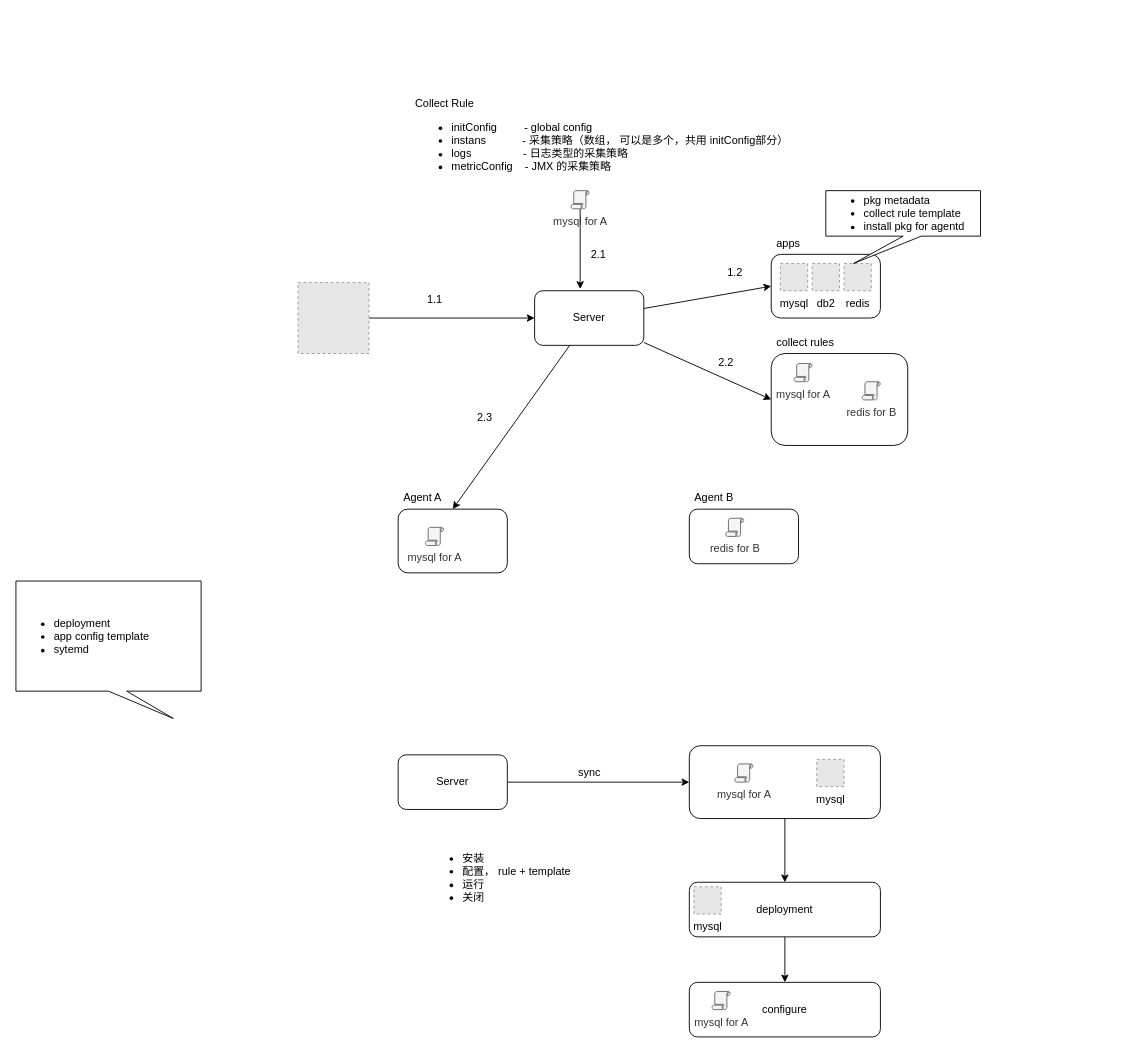
Above: page "app store" (1 of 5) of n9e.drawio in yubo/draw (draw.io), before the change. Source tidied: cells renumbered, new cells numbered last; positions are measured from the earlier drawing's top-left corner, leaving out a move shared by most shapes. Both pictures are drawn from the tidied source at 91%, with x=0, y=0 at pixel (15, 90). Pictures stored in the file or linked from it are replaced by grey dashed boxes.
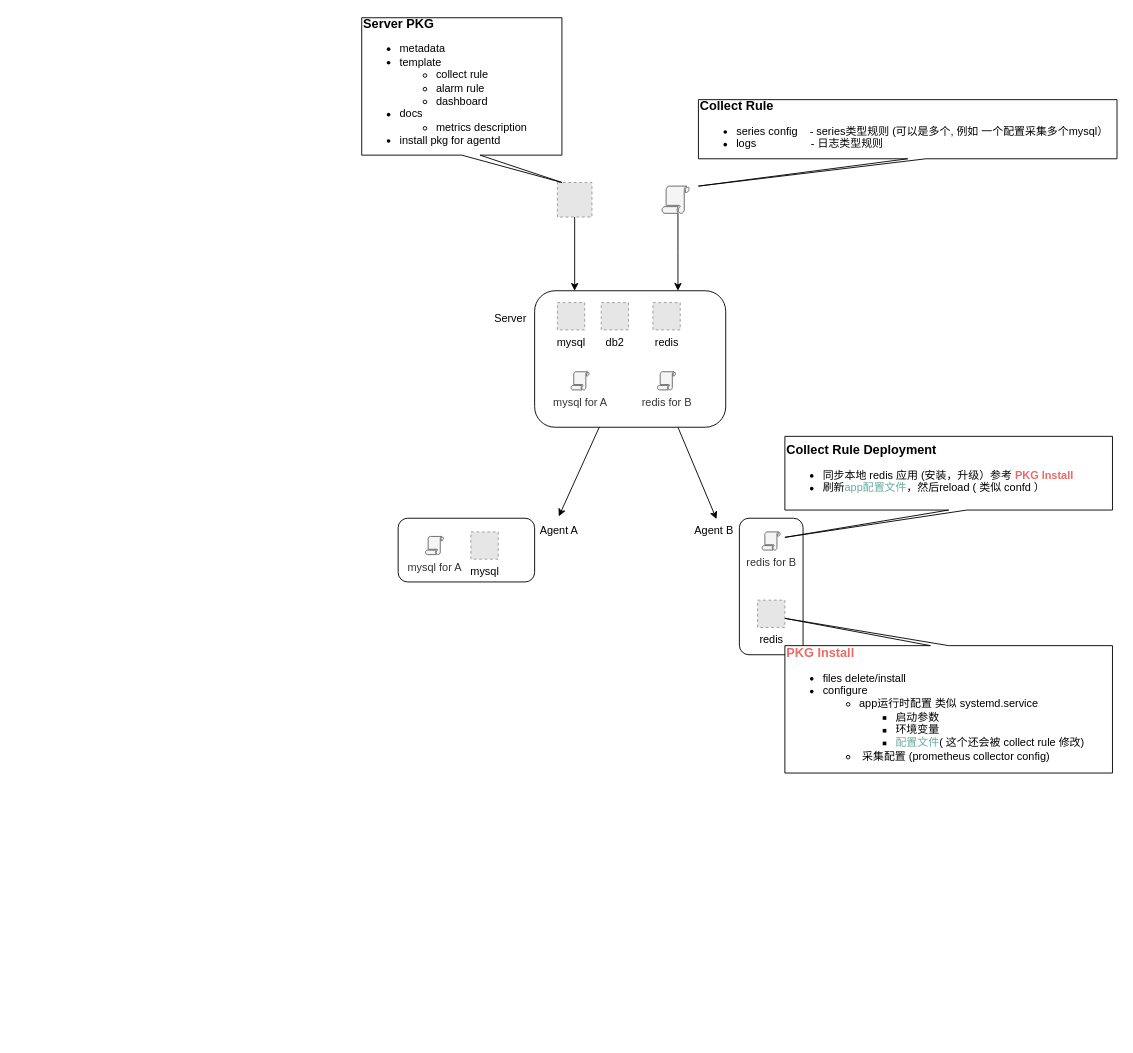
The same page after the edit.

Diff of the diagram source:
```diff
@@
-    <mxCell id="2" style="rounded=0;jettySize=auto;html=1;entryX=0;entryY=0.5;entryDx=0;entryDy=0;" parent="1" edge="1" source="4" target="10">
-      <mxGeometry relative="1" as="geometry" />
-    </mxCell>
-    <mxCell id="3" style="rounded=0;jettySize=auto;html=1;entryX=0;entryY=0.5;entryDx=0;entryDy=0;" parent="1" edge="1" source="4" target="15">
-      <mxGeometry relative="1" as="geometry" />
-    </mxCell>
+    <mxCell id="46" style="edgeStyle=none;rounded=0;jettySize=auto;html=1;exitX=0.75;exitY=1;exitDx=0;exitDy=0;entryX=0.543;entryY=0.038;entryDx=0;entryDy=0;entryPerimeter=0;" parent="1" edge="1" source="4" target="23">
+      <mxGeometry relative="1" as="geometry" />
+    </mxCell>
-    <mxCell id="4" value="Server" style="rounded=1;whiteSpace=wrap;html=1;" parent="1" vertex="1">
-      <mxGeometry x="570" y="220" width="120" height="60" as="geometry" />
+    <mxCell id="4" style="rounded=1;whiteSpace=wrap;html=1;" parent="1" vertex="1">
+      <mxGeometry x="570" y="220" width="210" height="150" as="geometry" />
     </mxCell>
     <mxCell id="5" style="rounded=1;whiteSpace=wrap;html=1;" parent="1" vertex="1">
-      <mxGeometry x="420" y="460" width="120" height="70" as="geometry" />
+      <mxGeometry x="420" y="470" width="150" height="70" as="geometry" />
     </mxCell>
     <mxCell id="6" style="rounded=1;whiteSpace=wrap;html=1;" parent="1" vertex="1">
-      <mxGeometry x="740" y="460" width="120" height="60" as="geometry" />
+      <mxGeometry x="795" y="470" width="70" height="150" as="geometry" />
     </mxCell>
-    <mxCell id="7" style="edgeStyle=orthogonalEdgeStyle;rounded=0;jettySize=auto;html=1;entryX=0;entryY=0.5;entryDx=0;entryDy=0;" parent="1" edge="1" source="8" target="4">
-      <mxGeometry relative="1" as="geometry" />
+    <mxCell id="7" style="edgeStyle=orthogonalEdgeStyle;rounded=0;jettySize=auto;html=1;" parent="1" edge="1" source="8">
+      <mxGeometry relative="1" as="geometry">
+        <mxPoint x="614" y="220" as="targetPoint" />
+        <Array as="points">
+          <mxPoint x="614" y="220" />
+        </Array>
+      </mxGeometry>
     </mxCell>
     <mxCell id="8" style="fillColor=#E6E6E6;strokeColor=#999999;dashed=1;html=1;verticalAlign=top;verticalLabelPosition=bottom;labelBackgroundColor=#ffffff;" parent="1" vertex="1">
-      <mxGeometry x="310" y="211" width="78" height="78" as="geometry" />
+      <mxGeometry x="595" y="101" width="38" height="38" as="geometry" />
     </mxCell>
-    <mxCell id="9" value="Collect Rule&lt;br&gt;&lt;ul&gt;&lt;li&gt;&lt;span&gt;initConfig&amp;nbsp; &amp;nbsp; &amp;nbsp; &amp;nbsp; &amp;nbsp;- global config&lt;/span&gt;&lt;/li&gt;&lt;li&gt;instans&amp;nbsp; &amp;nbsp; &amp;nbsp; &amp;nbsp; &amp;nbsp; &amp;nbsp; - 采集策略（数组， 可以是多个，共用 initConfig部分）&lt;/li&gt;&lt;li&gt;logs&amp;nbsp; &amp;nbsp; &amp;nbsp; &amp;nbsp; &amp;nbsp; &amp;nbsp; &amp;nbsp; &amp;nbsp; &amp;nbsp;- 日志类型的采集策略&lt;/li&gt;&lt;li&gt;metricConfig&amp;nbsp; &amp;nbsp; - JMX 的采集策略&lt;/li&gt;&lt;/ul&gt;" style="text;html=1;strokeColor=none;fillColor=none;align=left;verticalAlign=middle;whiteSpace=wrap;rounded=0;" parent="1" vertex="1">
-      <mxGeometry x="436.5" width="443.5" height="110" as="geometry" />
-    </mxCell>
-    <mxCell id="10" style="rounded=1;whiteSpace=wrap;html=1;" parent="1" vertex="1">
-      <mxGeometry x="830" y="180" width="120" height="70" as="geometry" />
-    </mxCell>
     <mxCell id="11" value="mysql" style="fillColor=#E6E6E6;strokeColor=#999999;dashed=1;html=1;verticalAlign=top;verticalLabelPosition=bottom;labelBackgroundColor=#ffffff;" parent="1" vertex="1">
-      <mxGeometry x="840" y="190" width="30" height="30" as="geometry" />
+      <mxGeometry x="595" y="233" width="30" height="30" as="geometry" />
     </mxCell>
     <mxCell id="12" value="db2" style="fillColor=#E6E6E6;strokeColor=#999999;dashed=1;html=1;verticalAlign=top;verticalLabelPosition=bottom;labelBackgroundColor=#ffffff;" parent="1" vertex="1">
-      <mxGeometry x="875" y="190" width="30" height="30" as="geometry" />
+      <mxGeometry x="643.2" y="233" width="30" height="30" as="geometry" />
     </mxCell>
     <mxCell id="13" value="redis" style="fillColor=#E6E6E6;strokeColor=#999999;dashed=1;html=1;verticalAlign=top;verticalLabelPosition=bottom;labelBackgroundColor=#ffffff;" parent="1" vertex="1">
-      <mxGeometry x="910" y="190" width="30" height="30" as="geometry" />
+      <mxGeometry x="700" y="233" width="30" height="30" as="geometry" />
     </mxCell>
-    <mxCell id="14" value="&lt;ul&gt;&lt;li&gt;pkg metadata&lt;/li&gt;&lt;li&gt;collect rule template&lt;/li&gt;&lt;li&gt;install pkg for agentd&lt;/li&gt;&lt;/ul&gt;" style="shape=callout;whiteSpace=wrap;html=1;perimeter=calloutPerimeter;position2=0.18;align=left;" parent="1" vertex="1">
-      <mxGeometry x="890" y="110" width="170" height="80" as="geometry" />
+    <mxCell id="14" value="&lt;div&gt;&lt;b&gt;&lt;font style=&quot;font-size: 14px&quot;&gt;Server PKG&lt;/font&gt;&lt;/b&gt;&lt;/div&gt;&lt;ul&gt;&lt;li&gt;metadata&lt;/li&gt;&lt;li&gt;template&lt;/li&gt;&lt;ul&gt;&lt;li&gt;collect rule&lt;/li&gt;&lt;li&gt;alarm rule&lt;/li&gt;&lt;li&gt;dashboard&lt;/li&gt;&lt;/ul&gt;&lt;li&gt;docs&lt;/li&gt;&lt;ul&gt;&lt;li&gt;metrics description&lt;/li&gt;&lt;/ul&gt;&lt;li&gt;install pkg for agentd&lt;/li&gt;&lt;/ul&gt;" style="shape=callout;whiteSpace=wrap;html=1;perimeter=calloutPerimeter;position2=1;align=left;" parent="1" vertex="1">
+      <mxGeometry x="380" y="-80" width="220" height="181" as="geometry" />
     </mxCell>
-    <mxCell id="15" style="rounded=1;whiteSpace=wrap;html=1;" parent="1" vertex="1">
-      <mxGeometry x="830" y="289" width="150" height="101" as="geometry" />
-    </mxCell>
-    <mxCell id="16" value="collect rules" style="text;strokeColor=none;fillColor=none;align=left;verticalAlign=top;spacingLeft=4;spacingRight=4;overflow=hidden;" parent="1" vertex="1">
-      <mxGeometry x="830" y="263" width="80" height="26" as="geometry" />
-    </mxCell>
-    <mxCell id="17" value="apps" style="text;strokeColor=none;fillColor=none;align=left;verticalAlign=top;spacingLeft=4;spacingRight=4;overflow=hidden;" parent="1" vertex="1">
-      <mxGeometry x="830" y="154" width="80" height="26" as="geometry" />
-    </mxCell>
     <mxCell id="18" value="mysql for A" style="shadow=0;dashed=0;html=1;strokeColor=#666666;fillColor=#f5f5f5;labelPosition=center;verticalLabelPosition=bottom;verticalAlign=top;align=center;shape=mxgraph.office.security.policy;fontColor=#333333;" parent="1" vertex="1">
-      <mxGeometry x="855" y="300" width="20" height="20" as="geometry" />
+      <mxGeometry x="610" y="309" width="20" height="20" as="geometry" />
     </mxCell>
     <mxCell id="19" value="mysql for A" style="shadow=0;dashed=0;html=1;strokeColor=#666666;fillColor=#f5f5f5;labelPosition=center;verticalLabelPosition=bottom;verticalAlign=top;align=center;shape=mxgraph.office.security.policy;fontColor=#333333;" parent="1" vertex="1">
-      <mxGeometry x="450" y="480" width="20" height="20" as="geometry" />
+      <mxGeometry x="450" y="490" width="20" height="20" as="geometry" />
     </mxCell>
     <mxCell id="20" value="Agent A" style="text;strokeColor=none;fillColor=none;align=left;verticalAlign=top;spacingLeft=4;spacingRight=4;overflow=hidden;points=[[0,0.5],[1,0.5]];portConstraint=eastwest;" parent="1" vertex="1">
-      <mxGeometry x="420" y="434" width="80" height="26" as="geometry" />
+      <mxGeometry x="570" y="470" width="60" height="26" as="geometry" />
     </mxCell>
-    <mxCell id="21" value="&lt;ul&gt;&lt;li&gt;deployment&lt;/li&gt;&lt;li&gt;app config template&lt;/li&gt;&lt;li&gt;sytemd&lt;/li&gt;&lt;/ul&gt;" style="shape=callout;whiteSpace=wrap;html=1;perimeter=calloutPerimeter;position2=0.85;align=left;direction=east;" parent="1" vertex="1">
-      <mxGeometry y="539" width="203.5" height="151" as="geometry" />
-    </mxCell>
     <mxCell id="22" value="redis for B" style="shadow=0;dashed=0;html=1;strokeColor=#666666;fillColor=#f5f5f5;labelPosition=center;verticalLabelPosition=bottom;verticalAlign=top;align=center;shape=mxgraph.office.security.policy;fontColor=#333333;" parent="1" vertex="1">
-      <mxGeometry x="930" y="320" width="20" height="20" as="geometry" />
+      <mxGeometry x="705" y="309" width="20" height="20" as="geometry" />
     </mxCell>
     <mxCell id="23" value="Agent B" style="text;strokeColor=none;fillColor=none;align=left;verticalAlign=top;spacingLeft=4;spacingRight=4;overflow=hidden;points=[[0,0.5],[1,0.5]];portConstraint=eastwest;" parent="1" vertex="1">
-      <mxGeometry x="740" y="434" width="80" height="26" as="geometry" />
+      <mxGeometry x="740" y="470" width="55" height="26" as="geometry" />
     </mxCell>
     <mxCell id="24" value="redis for B" style="shadow=0;dashed=0;html=1;strokeColor=#666666;fillColor=#f5f5f5;labelPosition=center;verticalLabelPosition=bottom;verticalAlign=top;align=center;shape=mxgraph.office.security.policy;fontColor=#333333;" parent="1" vertex="1">
-      <mxGeometry x="780" y="470" width="20" height="20" as="geometry" />
+      <mxGeometry x="820" y="485" width="20" height="20" as="geometry" />
     </mxCell>
-    <mxCell id="25" value="1.1" style="text;html=1;align=center;verticalAlign=middle;strokeColor=none;" parent="1" vertex="1">
-      <mxGeometry x="445" y="220" width="30" height="20" as="geometry" />
-    </mxCell>
-    <mxCell id="26" value="1.2" style="text;html=1;align=center;verticalAlign=middle;strokeColor=none;" parent="1" vertex="1">
-      <mxGeometry x="775" y="190" width="30" height="20" as="geometry" />
-    </mxCell>
-    <mxCell id="27" style="edgeStyle=orthogonalEdgeStyle;rounded=0;jettySize=auto;html=1;entryX=0.417;entryY=-0.033;entryDx=0;entryDy=0;entryPerimeter=0;" parent="1" edge="1" source="28" target="4">
-      <mxGeometry relative="1" as="geometry" />
+    <mxCell id="27" style="edgeStyle=orthogonalEdgeStyle;rounded=0;jettySize=auto;html=1;entryX=0.75;entryY=0;entryDx=0;entryDy=0;" parent="1" edge="1" source="28" target="4">
+      <mxGeometry relative="1" as="geometry">
+        <Array as="points">
+          <mxPoint x="728" y="178" />
+        </Array>
+      </mxGeometry>
     </mxCell>
-    <mxCell id="28" value="mysql for A" style="shadow=0;dashed=0;html=1;strokeColor=#666666;fillColor=#f5f5f5;labelPosition=center;verticalLabelPosition=bottom;verticalAlign=top;outlineConnect=0;align=center;shape=mxgraph.office.security.policy;fontColor=#333333;" parent="1" vertex="1">
-      <mxGeometry x="610" y="110" width="20" height="20" as="geometry" />
+    <mxCell id="28" style="shadow=0;dashed=0;html=1;strokeColor=#666666;fillColor=#f5f5f5;labelPosition=center;verticalLabelPosition=bottom;verticalAlign=top;outlineConnect=0;align=center;shape=mxgraph.office.security.policy;fontColor=#333333;" parent="1" vertex="1">
+      <mxGeometry x="710" y="105" width="30" height="30" as="geometry" />
     </mxCell>
-    <mxCell id="29" value="2.1" style="text;html=1;align=center;verticalAlign=middle;strokeColor=none;" parent="1" vertex="1">
-      <mxGeometry x="625" y="170" width="30" height="20" as="geometry" />
-    </mxCell>
-    <mxCell id="30" value="2.2" style="text;html=1;align=center;verticalAlign=middle;strokeColor=none;" parent="1" vertex="1">
-      <mxGeometry x="765" y="289" width="30" height="20" as="geometry" />
-    </mxCell>
-    <mxCell id="31" value="2.3" style="text;html=1;align=center;verticalAlign=middle;strokeColor=none;" parent="1" vertex="1">
-      <mxGeometry x="500" y="350" width="30" height="20" as="geometry" />
-    </mxCell>
-    <mxCell id="32" style="rounded=0;jettySize=auto;html=1;" parent="1" edge="1" source="4">
-      <mxGeometry relative="1" as="geometry">
-        <mxPoint x="480" y="460" as="targetPoint" />
-      </mxGeometry>
+    <mxCell id="32" style="rounded=0;jettySize=auto;html=1;entryX=0.443;entryY=-0.077;entryDx=0;entryDy=0;entryPerimeter=0;" parent="1" edge="1" source="4" target="20">
+      <mxGeometry relative="1" as="geometry" />
     </mxCell>
-    <mxCell id="33" style="edgeStyle=none;rounded=0;jettySize=auto;html=1;entryX=0;entryY=0.5;entryDx=0;entryDy=0;" parent="1" edge="1" source="34" target="36">
-      <mxGeometry relative="1" as="geometry" />
-    </mxCell>
-    <mxCell id="34" value="Server" style="rounded=1;whiteSpace=wrap;html=1;" parent="1" vertex="1">
-      <mxGeometry x="420" y="730" width="120" height="60" as="geometry" />
+    <mxCell id="34" value="Server" style="text;strokeColor=none;fillColor=none;align=left;verticalAlign=top;spacingLeft=4;spacingRight=4;overflow=hidden;points=[[0,0.5],[1,0.5]];portConstraint=eastwest;" parent="1" vertex="1">
+      <mxGeometry x="520" y="237" width="50" height="26" as="geometry" />
     </mxCell>
-    <mxCell id="35" style="edgeStyle=none;rounded=0;jettySize=auto;html=1;entryX=0.5;entryY=0;entryDx=0;entryDy=0;" parent="1" edge="1" source="36" target="41">
-      <mxGeometry relative="1" as="geometry" />
-    </mxCell>
-    <mxCell id="36" style="rounded=1;whiteSpace=wrap;html=1;" parent="1" vertex="1">
-      <mxGeometry x="740" y="720" width="210" height="80" as="geometry" />
-    </mxCell>
-    <mxCell id="37" value="mysql for A" style="shadow=0;dashed=0;html=1;strokeColor=#666666;fillColor=#f5f5f5;labelPosition=center;verticalLabelPosition=bottom;verticalAlign=top;align=center;shape=mxgraph.office.security.policy;fontColor=#333333;" parent="1" vertex="1">
-      <mxGeometry x="790" y="740" width="20" height="20" as="geometry" />
-    </mxCell>
-    <mxCell id="38" value="mysql" style="fillColor=#E6E6E6;strokeColor=#999999;dashed=1;html=1;verticalAlign=top;verticalLabelPosition=bottom;labelBackgroundColor=#ffffff;" parent="1" vertex="1">
-      <mxGeometry x="880" y="735" width="30" height="30" as="geometry" />
-    </mxCell>
-    <mxCell id="39" value="sync" style="text;html=1;align=center;verticalAlign=middle;strokeColor=none;" parent="1" vertex="1">
-      <mxGeometry x="610" y="740" width="40" height="20" as="geometry" />
-    </mxCell>
-    <mxCell id="40" style="edgeStyle=none;rounded=0;jettySize=auto;html=1;entryX=0.5;entryY=0;entryDx=0;entryDy=0;" parent="1" edge="1" source="41" target="44">
-      <mxGeometry relative="1" as="geometry" />
-    </mxCell>
-    <mxCell id="41" value="deployment" style="rounded=1;whiteSpace=wrap;html=1;" parent="1" vertex="1">
-      <mxGeometry x="740" y="870" width="210" height="60" as="geometry" />
-    </mxCell>
-    <mxCell id="42" value="&lt;ul&gt;&lt;li style=&quot;text-align: left&quot;&gt;安装&lt;/li&gt;&lt;li style=&quot;text-align: left&quot;&gt;配置， rule + template&lt;/li&gt;&lt;li style=&quot;text-align: left&quot;&gt;运行&lt;/li&gt;&lt;li style=&quot;text-align: left&quot;&gt;关闭&lt;br&gt;&lt;/li&gt;&lt;/ul&gt;&lt;div style=&quot;text-align: left&quot;&gt;&lt;/div&gt;" style="text;html=1;align=center;verticalAlign=middle;strokeColor=none;" parent="1" vertex="1">
-      <mxGeometry x="445" y="820" width="170" height="90" as="geometry" />
-    </mxCell>
-    <mxCell id="43" value="mysql" style="fillColor=#E6E6E6;strokeColor=#999999;dashed=1;html=1;verticalAlign=top;verticalLabelPosition=bottom;labelBackgroundColor=#ffffff;" parent="1" vertex="1">
-      <mxGeometry x="745" y="875" width="30" height="30" as="geometry" />
-    </mxCell>
-    <mxCell id="44" value="configure" style="rounded=1;whiteSpace=wrap;html=1;" parent="1" vertex="1">
-      <mxGeometry x="740" y="980" width="210" height="60" as="geometry" />
-    </mxCell>
-    <mxCell id="45" value="mysql for A" style="shadow=0;dashed=0;html=1;strokeColor=#666666;fillColor=#f5f5f5;labelPosition=center;verticalLabelPosition=bottom;verticalAlign=top;align=center;shape=mxgraph.office.security.policy;fontColor=#333333;" parent="1" vertex="1">
-      <mxGeometry x="765" y="990" width="20" height="20" as="geometry" />
-    </mxCell>
+    <mxCell id="47" value="redis" style="fillColor=#E6E6E6;strokeColor=#999999;dashed=1;html=1;verticalAlign=top;verticalLabelPosition=bottom;labelBackgroundColor=#ffffff;" parent="1" vertex="1">
+      <mxGeometry x="815" y="560" width="30" height="30" as="geometry" />
+    </mxCell>
+    <mxCell id="48" value="mysql" style="fillColor=#E6E6E6;strokeColor=#999999;dashed=1;html=1;verticalAlign=top;verticalLabelPosition=bottom;labelBackgroundColor=#ffffff;" parent="1" vertex="1">
+      <mxGeometry x="500" y="485" width="30" height="30" as="geometry" />
+    </mxCell>
+    <mxCell id="49" value="&lt;div&gt;&lt;b&gt;&lt;font style=&quot;font-size: 14px&quot;&gt;Collect Rule Deployment&lt;/font&gt;&lt;/b&gt;&lt;/div&gt;&lt;ul&gt;&lt;li&gt;同步本地 redis 应用 (安装，升级）参考&amp;nbsp;&lt;b&gt;&lt;font color=&quot;#ea6b66&quot;&gt;PKG Install&lt;/font&gt;&lt;/b&gt;&lt;/li&gt;&lt;li&gt;刷新&lt;font color=&quot;#67ab9f&quot;&gt;app配置文件&lt;/font&gt;，然后reload ( 类似 confd ）&lt;/li&gt;&lt;/ul&gt;" style="shape=callout;whiteSpace=wrap;html=1;perimeter=calloutPerimeter;position2=0;align=left;direction=east;" parent="1" vertex="1">
+      <mxGeometry x="845" y="380" width="360" height="111" as="geometry" />
+    </mxCell>
+    <mxCell id="50" value="&lt;div&gt;&lt;b&gt;&lt;font style=&quot;font-size: 14px&quot; color=&quot;#ea6b66&quot;&gt;PKG Install&lt;/font&gt;&lt;/b&gt;&lt;/div&gt;&lt;ul&gt;&lt;li&gt;files delete/install&lt;/li&gt;&lt;li&gt;configure&lt;/li&gt;&lt;ul&gt;&lt;li&gt;app运行时配置 类似 systemd.service&lt;/li&gt;&lt;ul&gt;&lt;li&gt;启动参数&lt;/li&gt;&lt;li&gt;环境变量&lt;/li&gt;&lt;li&gt;&lt;font color=&quot;#67ab9f&quot;&gt;配置文件&lt;/font&gt;( 这个还会被 collect rule 修改)&lt;/li&gt;&lt;/ul&gt;&lt;li&gt;&amp;nbsp;采集配置 (prometheus collector config)&lt;/li&gt;&lt;/ul&gt;&lt;/ul&gt;" style="shape=callout;whiteSpace=wrap;html=1;perimeter=calloutPerimeter;position2=1;align=left;direction=west;" parent="1" vertex="1">
+      <mxGeometry x="845" y="580" width="360" height="170" as="geometry" />
+    </mxCell>
+    <mxCell id="51" value="&lt;b&gt;&lt;font style=&quot;font-size: 14px&quot;&gt;Collect Rule&lt;/font&gt;&lt;/b&gt;&lt;br&gt;&lt;ul&gt;&lt;li&gt;series config&amp;nbsp; &amp;nbsp; - series类型规则&amp;nbsp;(可以是多个, 例如 一个配置采集多个mysql）&lt;br&gt;&lt;/li&gt;&lt;li&gt;logs&amp;nbsp; &amp;nbsp; &amp;nbsp; &amp;nbsp; &amp;nbsp; &amp;nbsp; &amp;nbsp; &amp;nbsp; &amp;nbsp; - 日志类型规则&lt;/li&gt;&lt;/ul&gt;" style="shape=callout;whiteSpace=wrap;html=1;perimeter=calloutPerimeter;position2=0;align=left;direction=east;" parent="1" vertex="1">
+      <mxGeometry x="750" y="10" width="460" height="95" as="geometry" />
+    </mxCell>
```
